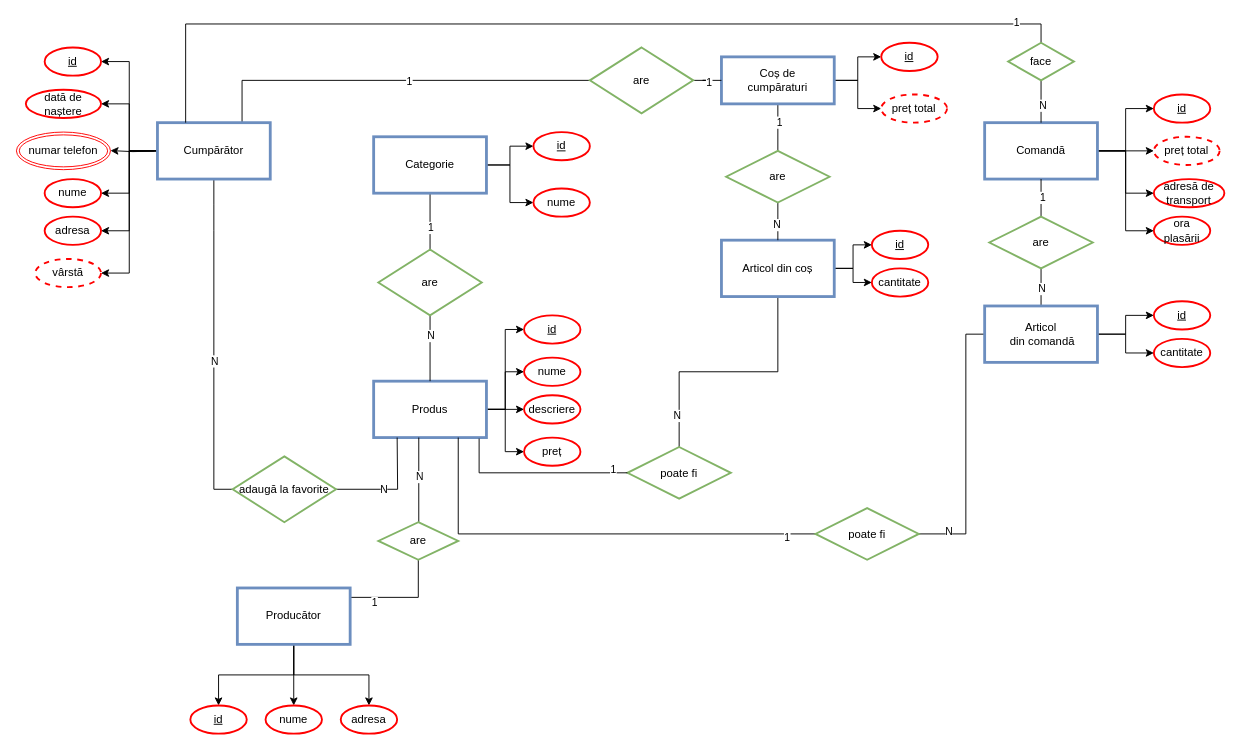
The draw.io diagram page "entity-relation diagram" (6 of 9) of use_case_diagram.drawio in ErikaRusznak/piazza-ecommerce, before the edit. Source tidied: cells renumbered, new cells numbered last; positions are measured from the earlier drawing's top-left corner, leaving out a move shared by most shapes. Both pictures are drawn from the tidied source at 94%, with x=0, y=0 at pixel (16, 24).
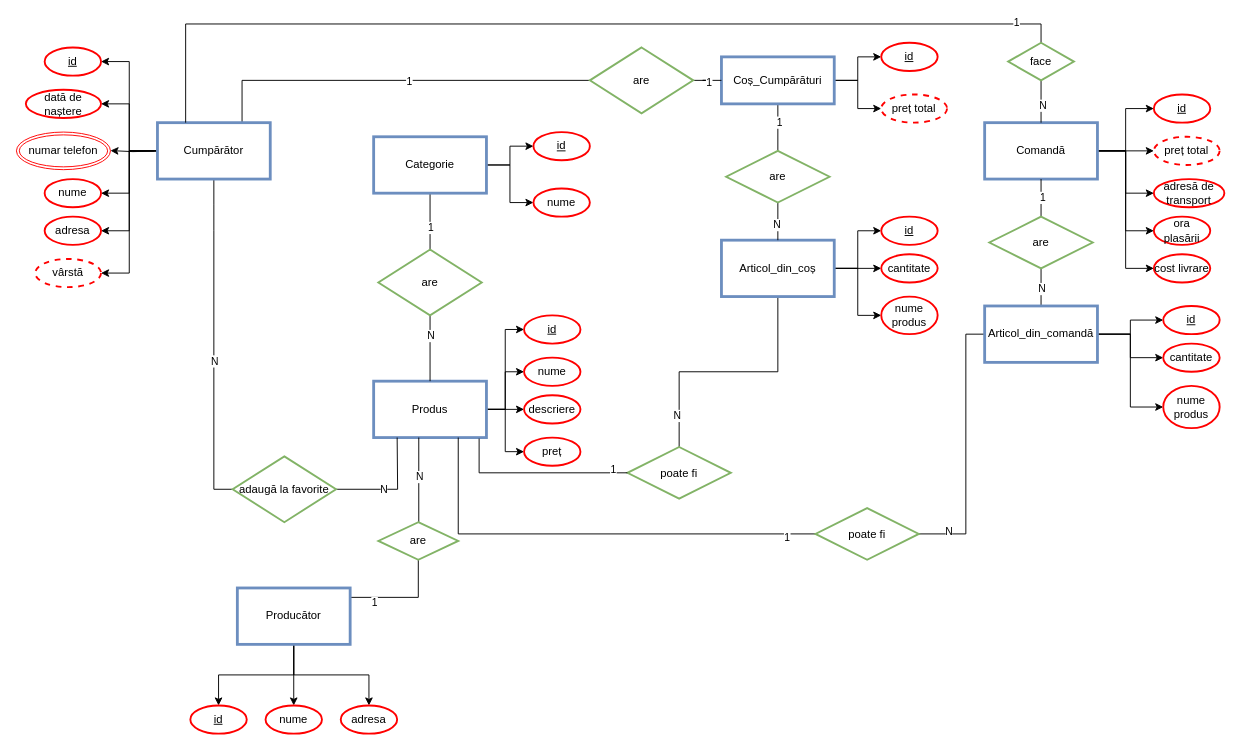
Above is the later version.

Unchanged cells that the change refers to:
```xml
<mxCell id="49" value="Comandă" style="rounded=0;whiteSpace=wrap;html=1;fillColor=none;strokeColor=#6c8ebf;strokeWidth=3;" parent="1" vertex="1">
  <mxGeometry x="1030" y="105" width="120" height="60" as="geometry" />
</mxCell>
```

What changed in the source:
```diff
@@
-    <mxCell id="32" value="Coș de &lt;br&gt;cumpăraturi" style="rounded=0;whiteSpace=wrap;html=1;fillColor=none;strokeColor=#6c8ebf;strokeWidth=3;" parent="1" vertex="1">
+    <mxCell id="32" value="Coș_Cumpărături" style="rounded=0;whiteSpace=wrap;html=1;fillColor=none;strokeColor=#6c8ebf;strokeWidth=3;" parent="1" vertex="1">
       <mxGeometry x="750" y="35" width="120" height="50" as="geometry" />
     </mxCell>
@@
+    <mxCell id="106" style="edgeStyle=orthogonalEdgeStyle;rounded=0;jettySize=auto;html=1;entryX=0;entryY=0.5;entryDx=0;entryDy=0;" parent="1" edge="1" source="37" target="109">
+      <mxGeometry relative="1" as="geometry" />
+    </mxCell>
-    <mxCell id="37" value="Articol din coș" style="rounded=0;whiteSpace=wrap;html=1;fillColor=none;strokeColor=#6c8ebf;strokeWidth=3;" parent="1" vertex="1">
+    <mxCell id="37" value="Articol_din_coș" style="rounded=0;whiteSpace=wrap;html=1;fillColor=none;strokeColor=#6c8ebf;strokeWidth=3;" parent="1" vertex="1">
       <mxGeometry x="750" y="230" width="120" height="60" as="geometry" />
     </mxCell>
@@
+    <mxCell id="107" style="edgeStyle=orthogonalEdgeStyle;rounded=0;jettySize=auto;html=1;entryX=0;entryY=0.5;entryDx=0;entryDy=0;" parent="1" edge="1" source="44" target="110">
+      <mxGeometry relative="1" as="geometry" />
+    </mxCell>
-    <mxCell id="44" value="Articol&lt;br&gt;&amp;nbsp;din comandă" style="rounded=0;whiteSpace=wrap;html=1;fillColor=none;strokeColor=#6c8ebf;strokeWidth=3;" parent="1" vertex="1">
+    <mxCell id="44" value="Articol_din_comandă" style="rounded=0;whiteSpace=wrap;html=1;fillColor=none;strokeColor=#6c8ebf;strokeWidth=3;" parent="1" vertex="1">
       <mxGeometry x="1030" y="300" width="120" height="60" as="geometry" />
     </mxCell>
@@
+    <mxCell id="108" style="edgeStyle=orthogonalEdgeStyle;rounded=0;jettySize=auto;html=1;entryX=0;entryY=0.5;entryDx=0;entryDy=0;" parent="1" edge="1" source="49" target="111">
+      <mxGeometry relative="1" as="geometry" />
+    </mxCell>
@@
     <mxCell id="97" value="&lt;u&gt;id&lt;/u&gt;" style="ellipse;whiteSpace=wrap;html=1;fillColor=none;strokeColor=#FF0000;strokeWidth=2;" parent="1" vertex="1">
-      <mxGeometry x="910" y="220" width="60" height="30" as="geometry" />
+      <mxGeometry x="920" y="205" width="60" height="30" as="geometry" />
     </mxCell>
     <mxCell id="98" value="cantitate" style="ellipse;whiteSpace=wrap;html=1;fillColor=none;strokeColor=#FF0000;strokeWidth=2;" parent="1" vertex="1">
-      <mxGeometry x="910" y="260" width="60" height="30" as="geometry" />
+      <mxGeometry x="920" y="245" width="60" height="30" as="geometry" />
     </mxCell>
@@
     <mxCell id="103" value="&lt;u&gt;id&lt;/u&gt;" style="ellipse;whiteSpace=wrap;html=1;fillColor=none;strokeColor=#FF0000;strokeWidth=2;" parent="1" vertex="1">
-      <mxGeometry x="1210" y="295" width="60" height="30" as="geometry" />
+      <mxGeometry x="1220" y="300" width="60" height="30" as="geometry" />
     </mxCell>
     <mxCell id="104" value="cantitate" style="ellipse;whiteSpace=wrap;html=1;fillColor=none;strokeColor=#FF0000;strokeWidth=2;" parent="1" vertex="1">
-      <mxGeometry x="1210" y="335" width="60" height="30" as="geometry" />
+      <mxGeometry x="1220" y="340" width="60" height="30" as="geometry" />
     </mxCell>
@@
+    <mxCell id="109" value="nume produs" style="ellipse;whiteSpace=wrap;html=1;fillColor=none;strokeColor=#FF0000;strokeWidth=2;" parent="1" vertex="1">
+      <mxGeometry x="920" y="290" width="60" height="40" as="geometry" />
+    </mxCell>
+    <mxCell id="110" value="nume produs" style="ellipse;whiteSpace=wrap;html=1;fillColor=none;strokeColor=#FF0000;strokeWidth=2;" parent="1" vertex="1">
+      <mxGeometry x="1220" y="385" width="60" height="45" as="geometry" />
+    </mxCell>
+    <mxCell id="111" value="cost livrare" style="ellipse;whiteSpace=wrap;html=1;fillColor=none;strokeColor=#FF0000;strokeWidth=2;" parent="1" vertex="1">
+      <mxGeometry x="1210" y="245" width="60" height="30" as="geometry" />
+    </mxCell>
```
